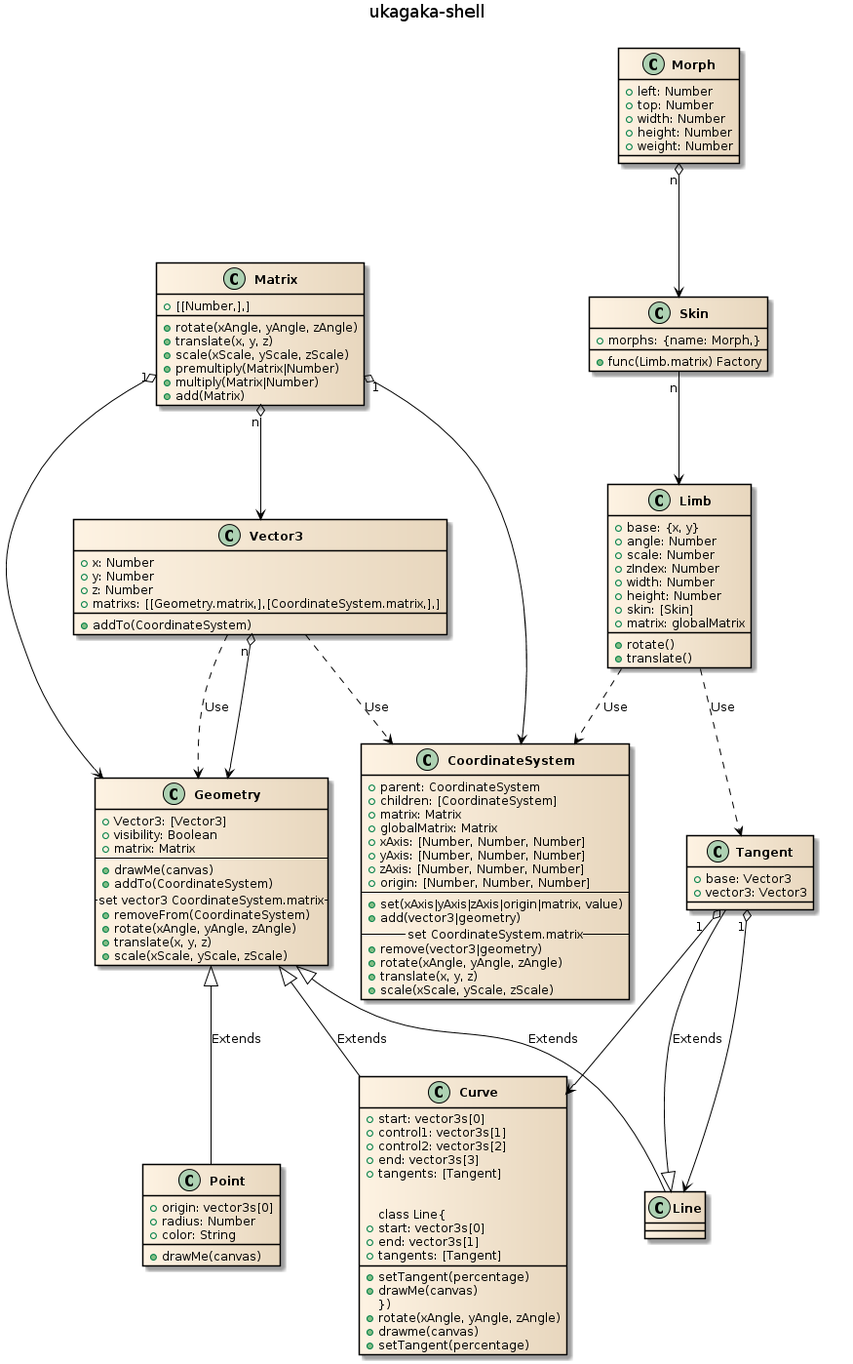
Earlier version of the PlantUML export ukagaka-shell.png (defims/ukagaka).
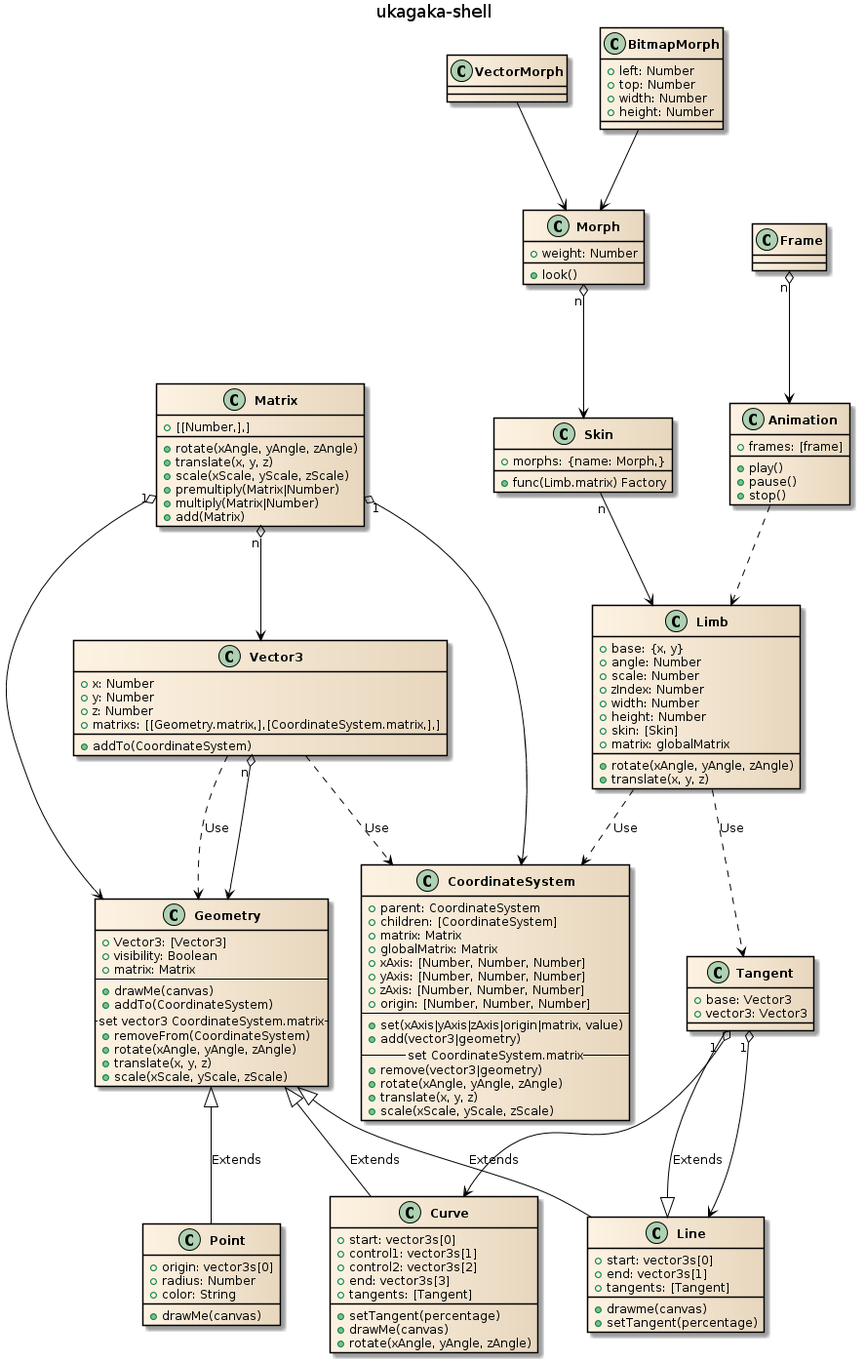
After the change.

The edit, as a diff of the source:
```diff
@@ -43,7 +43,7 @@
     +scale(xScale, yScale, zScale)
 }
 
-class CoordinateSystem{
+class CoordinateSystem {
     +parent: CoordinateSystem
     +children: [CoordinateSystem]
     +matrix: Matrix
@@ -62,14 +62,14 @@
     +scale(xScale, yScale, zScale)
 }
 
-class Point{
+class Point {
     +origin: vector3s[0]
     +radius: Number
     +color: String
     +drawMe(canvas)
 }
 
-class Curve{
+class Curve {
     +start: vector3s[0]
     +control1: vector3s[1]
     +control2: vector3s[2]
@@ -77,11 +77,10 @@
     +tangents: [Tangent]
     +setTangent(percentage)
     +drawMe(canvas)
-})
     +rotate(xAngle, yAngle, zAngle)
+}
 
-
-class Line{
+class Line {
     +start: vector3s[0]
     +end: vector3s[1]
     +tangents: [Tangent]
@@ -89,12 +88,12 @@
     +setTangent(percentage)
 }
 
-class Tangent{
+class Tangent {
     +base: Vector3
     +vector3: Vector3
 }
 
-class Limb{
+class Limb {
     +base: {x, y}
     +angle: Number
     +scale: Number
@@ -103,21 +102,37 @@
     +height: Number
     +skin: [Skin]
     +matrix: globalMatrix
-    +rotate()
-    +translate()
+    +rotate(xAngle, yAngle, zAngle)
+    +translate(x, y, z)
+}
+class Morph {
+    +weight: Number
+    +look()
 }
 
-class Morph{
+class VectorMorph {
+}
+
+class BitmapMorph {
     +left: Number
     +top: Number
     +width: Number
     +height: Number
-    +weight: Number
 }
 
-class Skin{
+class Skin {
     +morphs: {name: Morph,}
     +func(Limb.matrix) Factory
+}
+
+class Animation {
+    +frames: [frame]
+    +play()
+    +pause()
+    +stop()
+}
+
+class Frame {
 }
 
 Matrix "n" o--> Vector3
@@ -136,5 +151,8 @@
 Limb ..> Tangent:Use
 Morph "n" o--> Skin
 Skin "n" --> Limb
-
+Animation ..> Limb
+Frame "n" o--> Animation
+BitmapMorph --> Morph
+VectorMorph --> Morph
 @enduml
```
